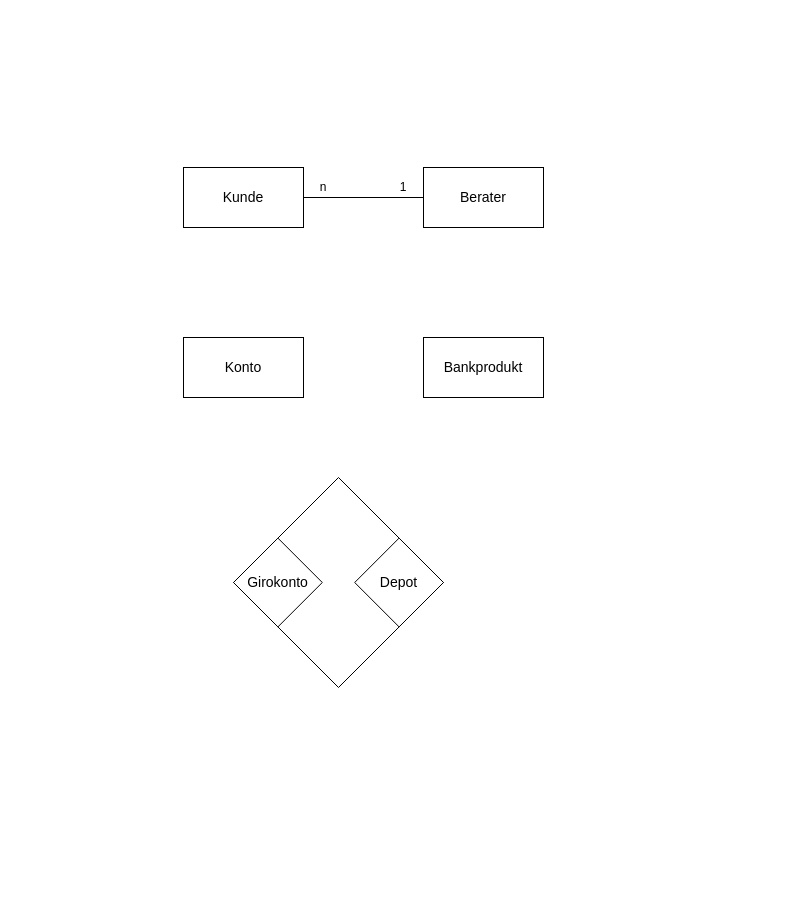
This is Unbenanntes Diagramm.drawio from KathBerg/diagram-construction-site, a draw.io file, before an edit. Source tidied: cells renumbered, new cells numbered last; positions are measured from the earlier drawing's top-left corner, leaving out a move shared by most shapes. Both pictures are drawn from the tidied source at 100%, with x=0, y=0 at pixel (183, 167).
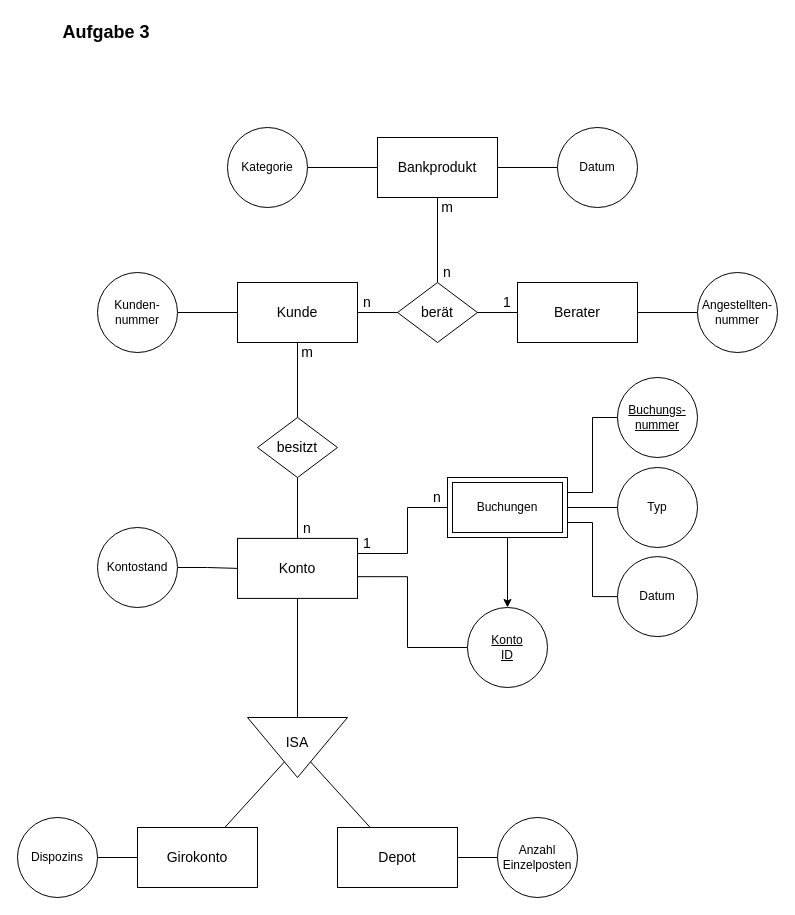
The same page after the edit.

Diff of the diagram source:
```diff
@@
     <mxCell id="3" value="&lt;font style=&quot;font-size: 14px;&quot;&gt;Kunde&lt;/font&gt;" style="rounded=0;whiteSpace=wrap;html=1;" parent="1" vertex="1">
-      <mxGeometry width="120" height="60" as="geometry" />
+      <mxGeometry x="54" y="115" width="120" height="60" as="geometry" />
     </mxCell>
     <mxCell id="4" value="&lt;font style=&quot;font-size: 14px;&quot;&gt;Berater&lt;/font&gt;" style="rounded=0;whiteSpace=wrap;html=1;" parent="1" vertex="1">
-      <mxGeometry x="240" width="120" height="60" as="geometry" />
+      <mxGeometry x="334" y="115" width="120" height="60" as="geometry" />
     </mxCell>
-    <mxCell id="5" value="1" style="text;html=1;align=center;verticalAlign=middle;whiteSpace=wrap;rounded=0;" parent="1" vertex="1">
-      <mxGeometry x="210" y="10" width="20" height="20" as="geometry" />
+    <mxCell id="5" value="1" style="text;html=1;align=center;verticalAlign=middle;whiteSpace=wrap;rounded=0;fontSize=14;" parent="1" vertex="1">
+      <mxGeometry x="314" y="125" width="20" height="20" as="geometry" />
     </mxCell>
-    <mxCell id="6" value="n" style="text;html=1;align=center;verticalAlign=middle;whiteSpace=wrap;rounded=0;" parent="1" vertex="1">
-      <mxGeometry x="130" y="10" width="20" height="20" as="geometry" />
+    <mxCell id="6" value="n" style="text;html=1;align=center;verticalAlign=middle;whiteSpace=wrap;rounded=0;fontSize=14;" parent="1" vertex="1">
+      <mxGeometry x="174" y="125" width="20" height="20" as="geometry" />
     </mxCell>
+    <mxCell id="13" style="edgeStyle=orthogonalEdgeStyle;rounded=0;jettySize=auto;html=1;endArrow=none;endFill=0;" parent="1" edge="1" source="7" target="15">
+      <mxGeometry relative="1" as="geometry" />
+    </mxCell>
+    <mxCell id="14" style="edgeStyle=orthogonalEdgeStyle;rounded=0;jettySize=auto;html=1;endArrow=none;endFill=0;" parent="1" edge="1" source="7" target="54">
+      <mxGeometry relative="1" as="geometry" />
+    </mxCell>
     <mxCell id="7" value="&lt;font style=&quot;font-size: 14px;&quot;&gt;Bankprodukt&lt;/font&gt;" style="rounded=0;whiteSpace=wrap;html=1;" parent="1" vertex="1">
-      <mxGeometry x="240" y="170" width="120" height="60" as="geometry" />
+      <mxGeometry x="194" y="-30" width="120" height="60" as="geometry" />
     </mxCell>
     <mxCell id="8" value="&lt;font style=&quot;font-size: 14px;&quot;&gt;Konto&lt;/font&gt;" style="rounded=0;whiteSpace=wrap;html=1;" parent="1" vertex="1">
-      <mxGeometry y="170" width="120" height="60" as="geometry" />
+      <mxGeometry x="54" y="370.9" width="120" height="60" as="geometry" />
     </mxCell>
-    <mxCell id="9" style="group;" parent="1" vertex="1">
-      <mxGeometry x="50" y="310" width="210" height="210" as="geometry" />
-    </mxCell>
-    <mxCell id="10" style="rhombus;whiteSpace=wrap;html=1;" parent="9" vertex="1">
-      <mxGeometry width="210" height="210" as="geometry" />
-    </mxCell>
+    <mxCell id="15" value="berät" style="shape=rhombus;perimeter=rhombusPerimeter;whiteSpace=wrap;html=1;align=center;fontSize=14;" parent="1" vertex="1">
+      <mxGeometry x="214" y="115" width="80" height="60" as="geometry" />
+    </mxCell>
+    <mxCell id="16" style="group;" parent="1" vertex="1">
+      <mxGeometry x="64" y="550" width="100" height="60" as="geometry" />
+    </mxCell>
+    <mxCell id="17" style="triangle;whiteSpace=wrap;html=1;rotation=90;" parent="16" vertex="1">
+      <mxGeometry x="20" y="-20" width="60" height="100" as="geometry" />
+    </mxCell>
+    <mxCell id="18" value="ISA" style="text;html=1;align=center;verticalAlign=middle;whiteSpace=wrap;rounded=0;fontSize=14;" parent="16" vertex="1">
+      <mxGeometry x="20" y="10" width="60" height="30" as="geometry" />
+    </mxCell>
+    <mxCell id="19" style="edgeStyle=orthogonalEdgeStyle;rounded=0;jettySize=auto;html=1;endArrow=none;endFill=0;" parent="1" edge="1" source="17" target="8">
+      <mxGeometry relative="1" as="geometry" />
+    </mxCell>
-    <mxCell id="11" value="&lt;font style=&quot;font-size: 14px;&quot;&gt;Girokonto&lt;/font&gt;" style="rhombus;whiteSpace=wrap;html=1;" parent="9" vertex="1">
-      <mxGeometry y="60.6" width="88.8" height="88.8" as="geometry" />
+    <mxCell id="11" value="&lt;font style=&quot;font-size: 14px;&quot;&gt;Girokonto&lt;/font&gt;" style="rounded=0;whiteSpace=wrap;html=1;" parent="1" vertex="1">
+      <mxGeometry x="-46" y="660" width="120" height="60" as="geometry" />
     </mxCell>
-    <mxCell id="12" value="&lt;font style=&quot;font-size: 14px;&quot;&gt;Depot&lt;/font&gt;" style="rhombus;whiteSpace=wrap;html=1;" parent="9" vertex="1">
-      <mxGeometry x="121.2" y="60.6" width="88.8" height="88.8" as="geometry" />
+    <mxCell id="12" value="&lt;font style=&quot;font-size: 14px;&quot;&gt;Depot&lt;/font&gt;" style="rounded=0;whiteSpace=wrap;html=1;" parent="1" vertex="1">
+      <mxGeometry x="154" y="660" width="120" height="60" as="geometry" />
     </mxCell>
+    <mxCell id="20" style="endArrow=none;html=1;rounded=0;" parent="1" edge="1" source="11" target="17">
+      <mxGeometry relative="1" as="geometry" />
+    </mxCell>
+    <mxCell id="21" style="endArrow=none;html=1;rounded=0;" parent="1" edge="1" source="12" target="17">
+      <mxGeometry relative="1" as="geometry" />
+    </mxCell>
+    <mxCell id="22" style="edgeStyle=orthogonalEdgeStyle;rounded=0;jettySize=auto;html=1;endArrow=none;endFill=0;" parent="1" edge="1" source="23" target="3">
+      <mxGeometry relative="1" as="geometry" />
+    </mxCell>
+    <mxCell id="23" value="Kunden-nummer" style="ellipse;whiteSpace=wrap;html=1;" parent="1" vertex="1">
+      <mxGeometry x="-86" y="105" width="80" height="80" as="geometry" />
+    </mxCell>
+    <mxCell id="24" style="edgeStyle=orthogonalEdgeStyle;rounded=0;jettySize=auto;html=1;endArrow=none;endFill=0;" parent="1" edge="1" source="25" target="4">
+      <mxGeometry relative="1" as="geometry" />
+    </mxCell>
+    <mxCell id="25" value="Angestellten-nummer" style="ellipse;whiteSpace=wrap;html=1;" parent="1" vertex="1">
+      <mxGeometry x="514" y="105" width="80" height="80" as="geometry" />
+    </mxCell>
+    <mxCell id="26" style="edgeStyle=orthogonalEdgeStyle;rounded=0;jettySize=auto;html=1;entryX=0.997;entryY=0.638;entryDx=0;entryDy=0;endArrow=none;endFill=0;entryPerimeter=0;" parent="1" edge="1" source="27" target="8">
+      <mxGeometry relative="1" as="geometry">
+        <Array as="points">
+          <mxPoint x="224" y="480" />
+          <mxPoint x="224" y="409" />
+        </Array>
+      </mxGeometry>
+    </mxCell>
+    <mxCell id="27" value="&lt;u&gt;Konto&lt;/u&gt;&lt;div&gt;&lt;u&gt;ID&lt;/u&gt;&lt;/div&gt;" style="ellipse;whiteSpace=wrap;html=1;" parent="1" vertex="1">
+      <mxGeometry x="284" y="440" width="80" height="80" as="geometry" />
+    </mxCell>
+    <mxCell id="28" value="m" style="text;html=1;align=center;verticalAlign=middle;whiteSpace=wrap;rounded=0;fontSize=14;" parent="1" vertex="1">
+      <mxGeometry x="254" y="30" width="20" height="20" as="geometry" />
+    </mxCell>
+    <mxCell id="29" value="n" style="text;html=1;align=center;verticalAlign=middle;whiteSpace=wrap;rounded=0;fontSize=14;" parent="1" vertex="1">
+      <mxGeometry x="254" y="95" width="20" height="20" as="geometry" />
+    </mxCell>
+    <mxCell id="30" style="edgeStyle=orthogonalEdgeStyle;rounded=0;jettySize=auto;html=1;endArrow=none;endFill=0;" parent="1" edge="1" source="31" target="7">
+      <mxGeometry relative="1" as="geometry" />
+    </mxCell>
+    <mxCell id="31" value="Datum" style="ellipse;whiteSpace=wrap;html=1;" parent="1" vertex="1">
+      <mxGeometry x="374" y="-40" width="80" height="80" as="geometry" />
+    </mxCell>
+    <mxCell id="32" style="endArrow=none;html=1;rounded=0;" parent="1" edge="1" source="34" target="3">
+      <mxGeometry relative="1" as="geometry" />
+    </mxCell>
+    <mxCell id="33" style="endArrow=none;html=1;rounded=0;" parent="1" edge="1" source="8" target="34">
+      <mxGeometry relative="1" as="geometry" />
+    </mxCell>
+    <mxCell id="34" value="besitzt" style="shape=rhombus;perimeter=rhombusPerimeter;whiteSpace=wrap;html=1;align=center;fontSize=14;" parent="1" vertex="1">
+      <mxGeometry x="74" y="250" width="80" height="60" as="geometry" />
+    </mxCell>
+    <mxCell id="35" value="n" style="text;html=1;align=center;verticalAlign=middle;whiteSpace=wrap;rounded=0;fontSize=14;" parent="1" vertex="1">
+      <mxGeometry x="114" y="350.9" width="20" height="20" as="geometry" />
+    </mxCell>
+    <mxCell id="36" value="m" style="text;html=1;align=center;verticalAlign=middle;whiteSpace=wrap;rounded=0;fontSize=14;" parent="1" vertex="1">
+      <mxGeometry x="114" y="175" width="20" height="20" as="geometry" />
+    </mxCell>
+    <mxCell id="37" style="edgeStyle=orthogonalEdgeStyle;rounded=0;jettySize=auto;html=1;endArrow=none;endFill=0;" parent="1" edge="1" source="38" target="8">
+      <mxGeometry relative="1" as="geometry" />
+    </mxCell>
+    <mxCell id="38" value="Konto&lt;span style=&quot;background-color: initial;&quot;&gt;stand&lt;/span&gt;" style="ellipse;whiteSpace=wrap;html=1;" parent="1" vertex="1">
+      <mxGeometry x="-86" y="360" width="80" height="80" as="geometry" />
+    </mxCell>
+    <mxCell id="39" style="edgeStyle=orthogonalEdgeStyle;rounded=0;jettySize=auto;html=1;endArrow=none;endFill=0;" parent="1" edge="1" source="40" target="11">
+      <mxGeometry relative="1" as="geometry" />
+    </mxCell>
+    <mxCell id="40" value="Dispozins" style="ellipse;whiteSpace=wrap;html=1;" parent="1" vertex="1">
+      <mxGeometry x="-166" y="650" width="80" height="80" as="geometry" />
+    </mxCell>
+    <mxCell id="41" style="edgeStyle=orthogonalEdgeStyle;rounded=0;jettySize=auto;html=1;endArrow=none;endFill=0;" parent="1" edge="1" source="42" target="12">
+      <mxGeometry relative="1" as="geometry" />
+    </mxCell>
+    <mxCell id="42" value="Anzahl Einzelposten" style="ellipse;whiteSpace=wrap;html=1;" parent="1" vertex="1">
+      <mxGeometry x="314" y="650" width="80" height="80" as="geometry" />
+    </mxCell>
+    <mxCell id="43" style="edgeStyle=orthogonalEdgeStyle;rounded=0;jettySize=auto;html=1;endArrow=none;endFill=0;entryX=0;entryY=0.25;entryDx=0;entryDy=0;" parent="1" edge="1" source="48" target="50">
+      <mxGeometry relative="1" as="geometry">
+        <Array as="points">
+          <mxPoint x="224" y="340" />
+          <mxPoint x="224" y="386" />
+        </Array>
+      </mxGeometry>
+    </mxCell>
+    <mxCell id="44" style="edgeStyle=orthogonalEdgeStyle;rounded=0;jettySize=auto;html=1;exitX=1;exitY=0.25;exitDx=0;exitDy=0;entryX=0;entryY=0.5;entryDx=0;entryDy=0;endArrow=none;endFill=0;" parent="1" edge="1" source="48" target="51">
+      <mxGeometry relative="1" as="geometry" />
+    </mxCell>
+    <mxCell id="45" style="edgeStyle=orthogonalEdgeStyle;rounded=0;jettySize=auto;html=1;exitX=1;exitY=0.5;exitDx=0;exitDy=0;entryX=0;entryY=0.5;entryDx=0;entryDy=0;endArrow=none;endFill=0;" parent="1" edge="1" source="48" target="52">
+      <mxGeometry relative="1" as="geometry" />
+    </mxCell>
+    <mxCell id="46" style="edgeStyle=orthogonalEdgeStyle;rounded=0;jettySize=auto;html=1;exitX=1;exitY=0.75;exitDx=0;exitDy=0;entryX=0;entryY=0.5;entryDx=0;entryDy=0;endArrow=none;endFill=0;" parent="1" edge="1" source="48" target="53">
+      <mxGeometry relative="1" as="geometry" />
+    </mxCell>
+    <mxCell id="47" style="edgeStyle=orthogonalEdgeStyle;rounded=0;jettySize=auto;html=1;" parent="1" edge="1" source="48" target="27">
+      <mxGeometry relative="1" as="geometry" />
+    </mxCell>
+    <mxCell id="48" value="Buchungen" style="rounded=0;whiteSpace=wrap;html=1;shape=ext;margin=3;double=1;" parent="1" vertex="1">
+      <mxGeometry x="264" y="310" width="120" height="60" as="geometry" />
+    </mxCell>
+    <mxCell id="49" value="n" style="text;html=1;align=center;verticalAlign=middle;whiteSpace=wrap;rounded=0;fontSize=14;" parent="1" vertex="1">
+      <mxGeometry x="244" y="320" width="20" height="20" as="geometry" />
+    </mxCell>
+    <mxCell id="50" value="1" style="text;html=1;align=center;verticalAlign=middle;whiteSpace=wrap;rounded=0;fontSize=14;" parent="1" vertex="1">
+      <mxGeometry x="174" y="366" width="20" height="20" as="geometry" />
+    </mxCell>
+    <mxCell id="51" value="&lt;u&gt;Buchungs-nummer&lt;/u&gt;" style="ellipse;whiteSpace=wrap;html=1;" parent="1" vertex="1">
+      <mxGeometry x="434" y="210" width="80" height="80" as="geometry" />
+    </mxCell>
+    <mxCell id="52" value="Typ" style="ellipse;whiteSpace=wrap;html=1;" parent="1" vertex="1">
+      <mxGeometry x="434" y="300" width="80" height="80" as="geometry" />
+    </mxCell>
+    <mxCell id="53" value="Datum" style="ellipse;whiteSpace=wrap;html=1;" parent="1" vertex="1">
+      <mxGeometry x="434" y="389.1" width="80" height="80" as="geometry" />
+    </mxCell>
+    <mxCell id="54" value="Kategorie" style="ellipse;whiteSpace=wrap;html=1;" parent="1" vertex="1">
+      <mxGeometry x="44" y="-40" width="80" height="80" as="geometry" />
+    </mxCell>
+    <mxCell id="55" value="Aufgabe 3" style="text;html=1;align=center;verticalAlign=middle;whiteSpace=wrap;rounded=0;fontSize=18;fontStyle=1;" parent="1" vertex="1">
+      <mxGeometry x="-160" y="-150" width="166" height="30" as="geometry" />
+    </mxCell>
```
